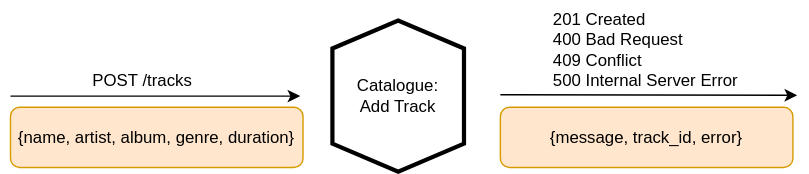
Above: design/catalogue-add-track.drawio.svg in milesmfe/Shamzam (draw.io), before the change. Source tidied: cells renumbered, new cells last; positions are measured from the earlier drawing's top-left corner, leaving out a move shared by most shapes. Source of this version:
```xml
<mxGraphModel>
  <root>
    <mxCell id="0" />
    <mxCell id="1" parent="0" />
    <mxCell id="2" value="Catalogue:&lt;div&gt;Add Track&lt;/div&gt;" style="shape=hexagon;perimeter=hexagonPerimeter2;whiteSpace=wrap;html=1;fixedSize=1;strokeWidth=3;fillColor=default;rotation=90;horizontal=0;" parent="1" vertex="1">
      <mxGeometry x="223" y="21" width="108" height="94" as="geometry" />
    </mxCell>
    <mxCell id="3" style="endArrow=classic;html=1;rounded=0;" parent="1" edge="1">
      <mxGeometry relative="1" as="geometry">
        <mxPoint y="68" as="sourcePoint" />
        <mxPoint x="207" y="68" as="targetPoint" />
      </mxGeometry>
    </mxCell>
    <mxCell id="4" style="endArrow=classic;html=1;rounded=0;entryX=0;entryY=0.5;entryDx=0;entryDy=0;" parent="1" edge="1">
      <mxGeometry relative="1" as="geometry">
        <mxPoint x="350" y="67" as="sourcePoint" />
        <mxPoint x="562" y="67.4" as="targetPoint" />
      </mxGeometry>
    </mxCell>
    <mxCell id="5" value="POST /tracks" style="text;html=1;align=center;verticalAlign=middle;strokeColor=none;fillColor=none;" parent="1" vertex="1">
      <mxGeometry x="49" y="44" width="89" height="26" as="geometry" />
    </mxCell>
    <mxCell id="6" value="{name, artist, album, genre, duration}" style="rounded=1;whiteSpace=wrap;html=1;fillColor=#ffe6cc;strokeColor=#d79b00;align=center;" parent="1" vertex="1">
      <mxGeometry y="76" width="209" height="43" as="geometry" />
    </mxCell>
    <mxCell id="7" value="201 Created&lt;div&gt;400 Bad Request&lt;/div&gt;&lt;div&gt;409 Conflict&lt;/div&gt;&lt;div&gt;500 Internal Server Error&lt;/div&gt;" style="text;html=1;align=left;verticalAlign=middle;strokeColor=none;fillColor=none;" parent="1" vertex="1">
      <mxGeometry x="386" width="150" height="70" as="geometry" />
    </mxCell>
    <mxCell id="8" value="{message, track_id, error}" style="rounded=1;whiteSpace=wrap;html=1;fillColor=#ffe6cc;strokeColor=#d79b00;align=center;" parent="1" vertex="1">
      <mxGeometry x="350" y="76" width="209" height="43" as="geometry" />
    </mxCell>
  </root>
</mxGraphModel>
```
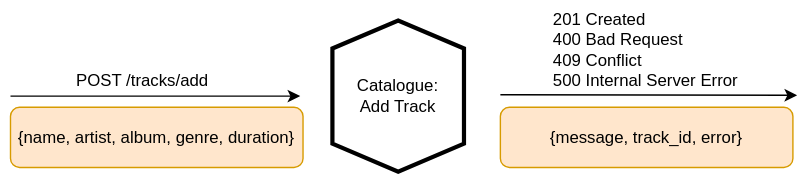
Above is the later version.

Change to the diagram source:
```diff
@@ -17,8 +17,8 @@
         <mxPoint x="562" y="67.4" as="targetPoint" />
       </mxGeometry>
     </mxCell>
-    <mxCell id="5" value="POST /tracks" style="text;html=1;align=center;verticalAlign=middle;strokeColor=none;fillColor=none;" parent="1" vertex="1">
-      <mxGeometry x="49" y="44" width="89" height="26" as="geometry" />
+    <mxCell id="5" value="POST /tracks/add" style="text;html=1;align=center;verticalAlign=middle;strokeColor=none;fillColor=none;" parent="1" vertex="1">
+      <mxGeometry x="37" y="44" width="113" height="26" as="geometry" />
     </mxCell>
     <mxCell id="6" value="{name, artist, album, genre, duration}" style="rounded=1;whiteSpace=wrap;html=1;fillColor=#ffe6cc;strokeColor=#d79b00;align=center;" parent="1" vertex="1">
       <mxGeometry y="76" width="209" height="43" as="geometry" />
```
